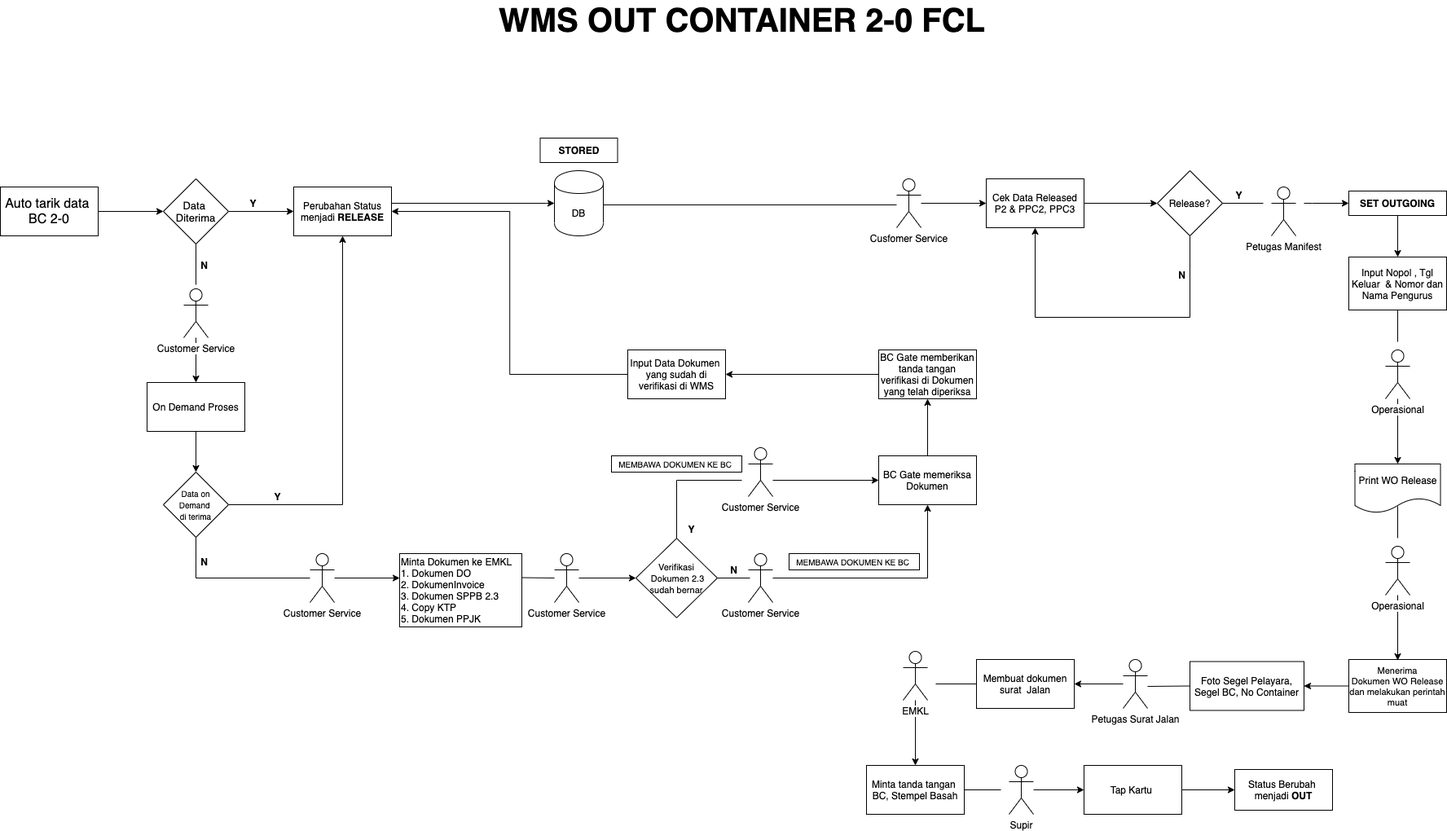
This is img/fcl20.png from sftmm/User-Manual, a draw.io export, as it was before one commit. Source tidied: cells renumbered, new cells last; positions are measured from the earlier drawing's top-left corner, leaving out a move shared by most shapes.
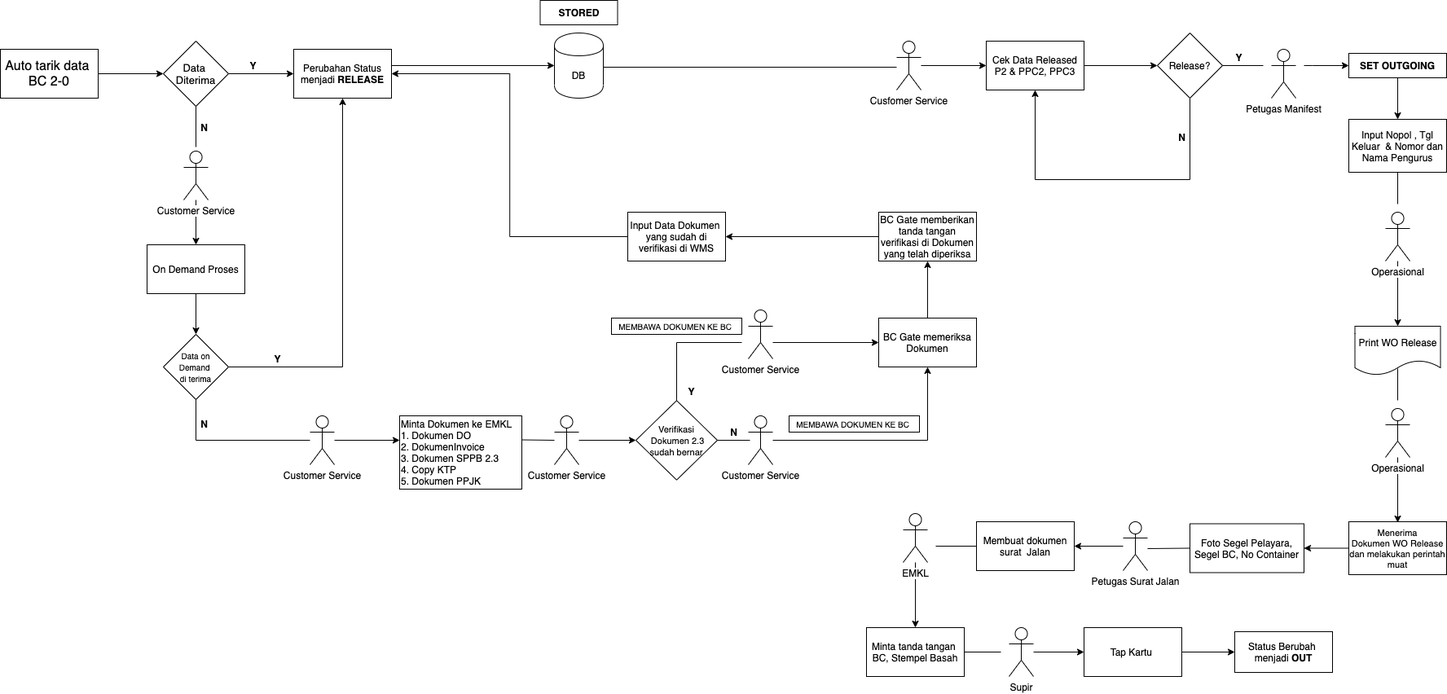
After the change.

The edit, as a diff of the source:
```diff
@@ -256,9 +256,6 @@
         <mxPoint x="1148" y="835" as="targetPoint" />
       </mxGeometry>
     </mxCell>
-    <mxCell id="69" value="&lt;b&gt;&lt;font style=&quot;font-size: 40px&quot;&gt;WMS OUT CONTAINER 2-0 FCL&lt;/font&gt;&lt;/b&gt;" style="text;html=1;align=center;verticalAlign=middle;fontSize=23;" parent="1" vertex="1">
-      <mxGeometry x="605" width="610" height="40" as="geometry" />
-    </mxCell>
     <mxCell id="70" value="&lt;b&gt;Y&lt;/b&gt;" style="text;html=1;align=center;verticalAlign=middle;" parent="1" vertex="1">
       <mxGeometry x="1510" y="225" width="20" height="20" as="geometry" />
     </mxCell>
```
